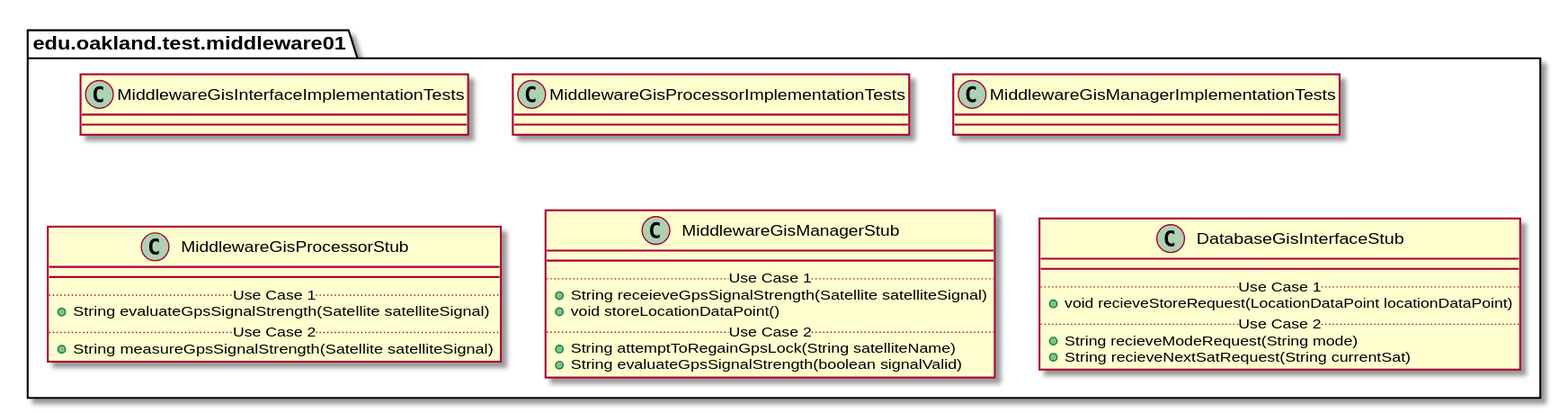
This is docs/uml-class-diagrams/middleware01/test/Middleware01TestPackage.svg from elilley15/csi-3370-software-project, a PlantUML export, as it was before one commit.
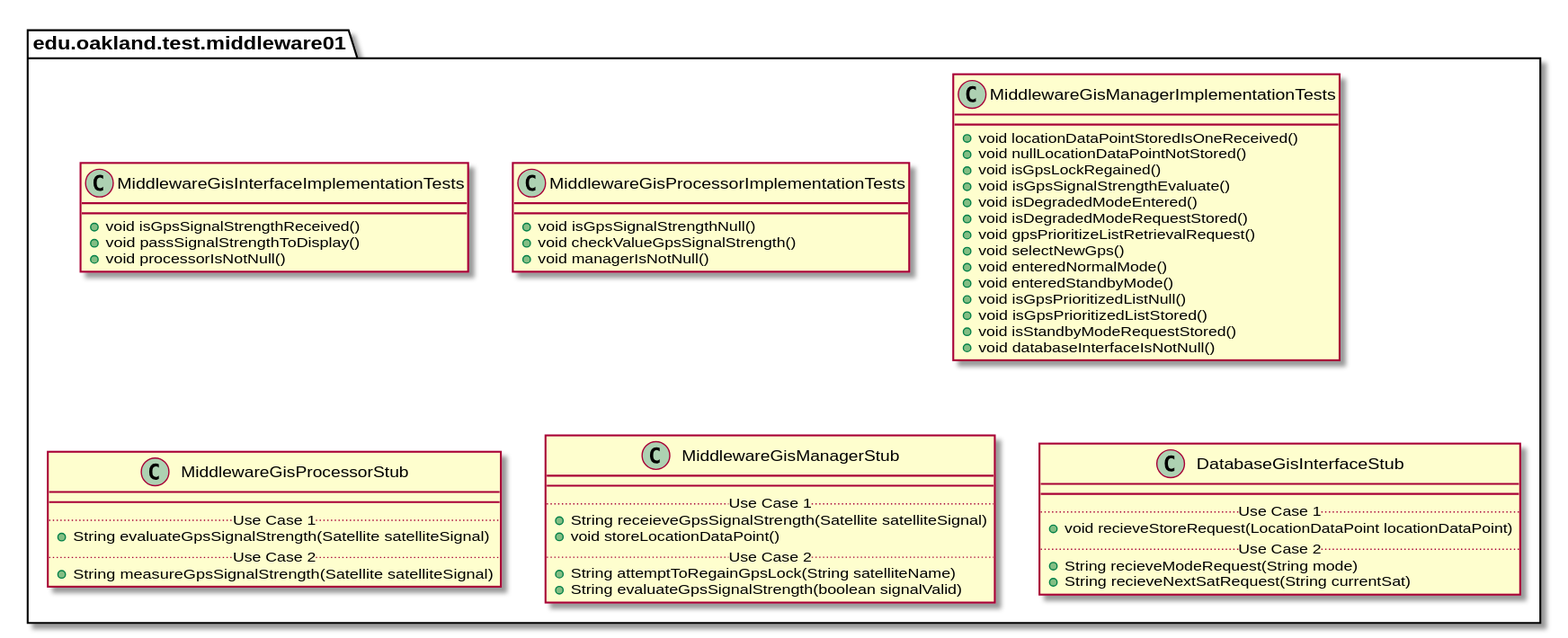
After the commit.

Change to the diagram source:
```diff
@@ -6,23 +6,40 @@
 
 
 package edu.oakland.test.middleware01 {
-    class MiddlewareGisInterfaceImplementationTests {
-
-    }
+  class MiddlewareGisInterfaceImplementationTests {
+    + void isGpsSignalStrengthReceived()
+    + void passSignalStrengthToDisplay()
+    + void processorIsNotNull()
+  }
 }
 
 
 package edu.oakland.test.middleware01 {
-    class MiddlewareGisProcessorImplementationTests {
-
-    }
+  class MiddlewareGisProcessorImplementationTests {
+    + void isGpsSignalStrengthNull()
+    + void checkValueGpsSignalStrength()
+    + void managerIsNotNull()
+  }
 }
 
 
 package edu.oakland.test.middleware01 {
-    class MiddlewareGisManagerImplementationTests {
-
-    }
+  class MiddlewareGisManagerImplementationTests {
+    + void locationDataPointStoredIsOneReceived()
+    + void nullLocationDataPointNotStored()
+    + void isGpsLockRegained()
+    + void isGpsSignalStrengthEvaluate()
+    + void isDegradedModeEntered()
+    + void isDegradedModeRequestStored()
+    + void gpsPrioritizeListRetrievalRequest()
+    + void selectNewGps()
+    + void enteredNormalMode()
+    + void enteredStandbyMode()
+    + void isGpsPrioritizedListNull()
+    + void isGpsPrioritizedListStored()
+    + void isStandbyModeRequestStored()
+    + void databaseInterfaceIsNotNull()
+  }
 }
 
 
```
